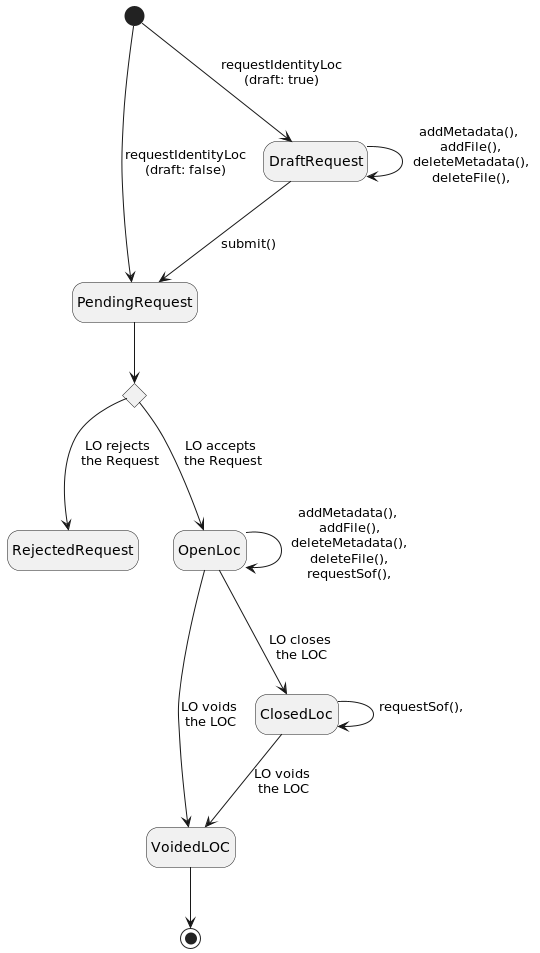
Above: website/docs/client/img/identity-loc-state.png in MrSwartsBang/crypto-ecosystems (PlantUML), before the change.
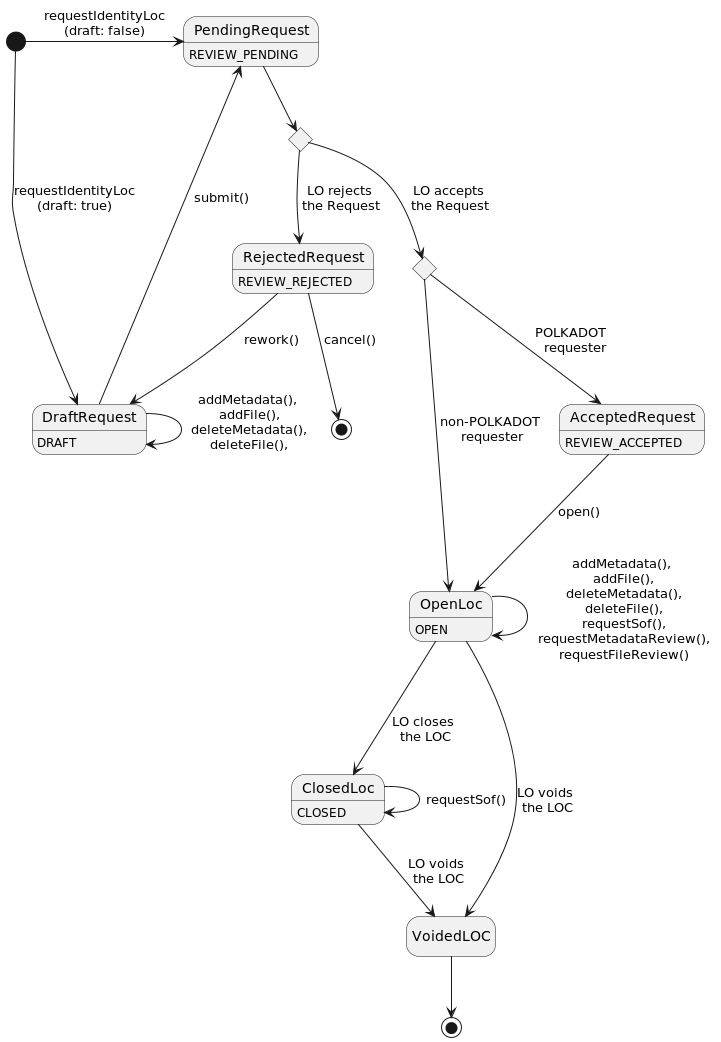
The same diagram one commit later.

Commit message:
chore: update state diagrams.

Change to the diagram source:
```diff
@@ -1,17 +1,30 @@
 @startuml
 hide empty description
+state "CancelledRequest" as CancelledRequest <<end>>
 state "Decision" as decision <<choice>>
-[*] --> PendingRequest: requestIdentityLoc\n(draft: false)
+state "PolkadotRequester" as polkadotRequester <<choice>>
+DraftRequest : DRAFT
+PendingRequest : REVIEW_PENDING
+OpenLoc : OPEN
+RejectedRequest : REVIEW_REJECTED
+ClosedLoc : CLOSED
+AcceptedRequest : REVIEW_ACCEPTED
+[*] -right-> PendingRequest: requestIdentityLoc\n(draft: false)
 [*] --> DraftRequest: requestIdentityLoc\n(draft: true)
 DraftRequest --> DraftRequest: addMetadata(),\n addFile(),\n deleteMetadata(),\n deleteFile(),\n
 DraftRequest --> PendingRequest: submit()
 PendingRequest --> decision
 decision --> RejectedRequest: LO rejects\n the Request
-decision --> OpenLoc: LO accepts\n the Request
+decision --> polkadotRequester: LO accepts\n the Request
+polkadotRequester --> OpenLoc: non-POLKADOT\n requester
+polkadotRequester --> AcceptedRequest: POLKADOT\n  requester
+AcceptedRequest --> OpenLoc: open()
 OpenLoc --> VoidedLOC: LO voids\n the LOC
 OpenLoc --> ClosedLoc: LO closes\n the LOC
 ClosedLoc --> VoidedLOC: LO voids\n the LOC
 VoidedLOC --> [*]
-OpenLoc --> OpenLoc: addMetadata(),\n addFile(),\n deleteMetadata(),\n deleteFile(),\n requestSof(),\n
-ClosedLoc --> ClosedLoc: requestSof(),\n
+OpenLoc --> OpenLoc: addMetadata(),\n addFile(),\n deleteMetadata(),\n deleteFile(),\n requestSof(),\n requestMetadataReview(),\n requestFileReview()\n
+ClosedLoc --> ClosedLoc: requestSof()
+RejectedRequest --> CancelledRequest: cancel()
+RejectedRequest --> DraftRequest: rework()
 @enduml
```
